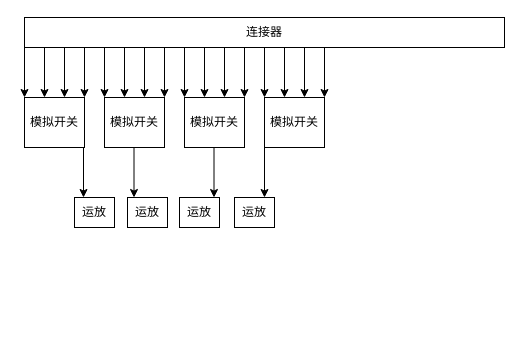
Earlier version of the draw.io diagram src/未命名绘图.drawio (terry-arthur/dst-management-platform-docs). Source tidied: cells renumbered, new cells numbered last; positions are measured from the earlier drawing's top-left corner, leaving out a move shared by most shapes. Both pictures are drawn from the tidied source at 100%, with x=0, y=0 at pixel (24, 17).
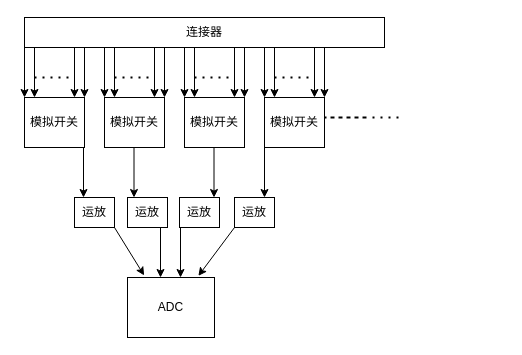
The same page after the edit.

Commit message:
更新未命名绘图.drawio

The change refers to these unchanged cells:
```xml
<mxCell id="13" value="运放" style="rounded=0;whiteSpace=wrap;html=1;" parent="1" vertex="1">
  <mxGeometry x="50" y="180" width="40" height="30" as="geometry" />
</mxCell>
```

Change to the diagram source:
```diff
@@
     <mxCell id="2" value="连接器" style="rounded=0;whiteSpace=wrap;html=1;" parent="1" vertex="1">
-      <mxGeometry width="480" height="30" as="geometry" />
+      <mxGeometry width="360" height="30" as="geometry" />
     </mxCell>
@@
     <mxCell id="4" style="endArrow=classic;html=1;rounded=0;exitX=0;exitY=1;exitDx=0;exitDy=0;" parent="1" edge="1">
       <mxGeometry relative="1" as="geometry">
-        <mxPoint x="20" y="30" as="sourcePoint" />
-        <mxPoint x="20" y="80" as="targetPoint" />
+        <mxPoint x="10" y="30" as="sourcePoint" />
+        <mxPoint x="10" y="80" as="targetPoint" />
       </mxGeometry>
     </mxCell>
     <mxCell id="5" style="endArrow=classic;html=1;rounded=0;exitX=0;exitY=1;exitDx=0;exitDy=0;" parent="1" edge="1">
       <mxGeometry relative="1" as="geometry">
-        <mxPoint x="40" y="30" as="sourcePoint" />
-        <mxPoint x="40" y="80" as="targetPoint" />
+        <mxPoint x="50" y="30" as="sourcePoint" />
+        <mxPoint x="50" y="80" as="targetPoint" />
       </mxGeometry>
     </mxCell>
@@
-    <mxCell id="8" style="endArrow=classic;html=1;rounded=0;exitX=0;exitY=1;exitDx=0;exitDy=0;" parent="1" edge="1">
-      <mxGeometry relative="1" as="geometry">
-        <mxPoint x="80" y="30" as="sourcePoint" />
-        <mxPoint x="80" y="80" as="targetPoint" />
-      </mxGeometry>
-    </mxCell>
-    <mxCell id="9" style="endArrow=classic;html=1;rounded=0;exitX=0;exitY=1;exitDx=0;exitDy=0;" parent="1" edge="1">
-      <mxGeometry relative="1" as="geometry">
-        <mxPoint x="100" y="30" as="sourcePoint" />
-        <mxPoint x="100" y="80" as="targetPoint" />
-      </mxGeometry>
-    </mxCell>
-    <mxCell id="10" style="endArrow=classic;html=1;rounded=0;exitX=0;exitY=1;exitDx=0;exitDy=0;" parent="1" edge="1">
-      <mxGeometry relative="1" as="geometry">
-        <mxPoint x="120" y="30" as="sourcePoint" />
-        <mxPoint x="120" y="80" as="targetPoint" />
-      </mxGeometry>
-    </mxCell>
-    <mxCell id="11" style="endArrow=classic;html=1;rounded=0;exitX=0;exitY=1;exitDx=0;exitDy=0;" parent="1" edge="1">
-      <mxGeometry relative="1" as="geometry">
-        <mxPoint x="140" y="30" as="sourcePoint" />
-        <mxPoint x="140" y="80" as="targetPoint" />
-      </mxGeometry>
-    </mxCell>
@@
-    <mxCell id="17" style="endArrow=classic;html=1;rounded=0;exitX=0;exitY=1;exitDx=0;exitDy=0;" parent="1" edge="1">
-      <mxGeometry relative="1" as="geometry">
-        <mxPoint x="160" y="30" as="sourcePoint" />
-        <mxPoint x="160" y="80" as="targetPoint" />
-      </mxGeometry>
-    </mxCell>
-    <mxCell id="18" style="endArrow=classic;html=1;rounded=0;exitX=0;exitY=1;exitDx=0;exitDy=0;" parent="1" edge="1">
-      <mxGeometry relative="1" as="geometry">
-        <mxPoint x="180" y="30" as="sourcePoint" />
-        <mxPoint x="180" y="80" as="targetPoint" />
-      </mxGeometry>
-    </mxCell>
-    <mxCell id="19" style="endArrow=classic;html=1;rounded=0;exitX=0;exitY=1;exitDx=0;exitDy=0;" parent="1" edge="1">
-      <mxGeometry relative="1" as="geometry">
-        <mxPoint x="200" y="30" as="sourcePoint" />
-        <mxPoint x="200" y="80" as="targetPoint" />
-      </mxGeometry>
-    </mxCell>
-    <mxCell id="20" style="endArrow=classic;html=1;rounded=0;exitX=0;exitY=1;exitDx=0;exitDy=0;" parent="1" edge="1">
-      <mxGeometry relative="1" as="geometry">
-        <mxPoint x="220" y="30" as="sourcePoint" />
-        <mxPoint x="220" y="80" as="targetPoint" />
-      </mxGeometry>
-    </mxCell>
@@
-    <mxCell id="22" style="endArrow=classic;html=1;rounded=0;exitX=0;exitY=1;exitDx=0;exitDy=0;" parent="1" edge="1">
-      <mxGeometry relative="1" as="geometry">
-        <mxPoint x="240" y="30" as="sourcePoint" />
-        <mxPoint x="240" y="80" as="targetPoint" />
-      </mxGeometry>
-    </mxCell>
-    <mxCell id="23" style="endArrow=classic;html=1;rounded=0;exitX=0;exitY=1;exitDx=0;exitDy=0;" parent="1" edge="1">
-      <mxGeometry relative="1" as="geometry">
-        <mxPoint x="260" y="30" as="sourcePoint" />
-        <mxPoint x="260" y="80" as="targetPoint" />
-      </mxGeometry>
-    </mxCell>
-    <mxCell id="24" style="endArrow=classic;html=1;rounded=0;exitX=0;exitY=1;exitDx=0;exitDy=0;" parent="1" edge="1">
-      <mxGeometry relative="1" as="geometry">
-        <mxPoint x="280" y="30" as="sourcePoint" />
-        <mxPoint x="280" y="80" as="targetPoint" />
-      </mxGeometry>
-    </mxCell>
-    <mxCell id="25" style="endArrow=classic;html=1;rounded=0;exitX=0;exitY=1;exitDx=0;exitDy=0;" parent="1" edge="1">
-      <mxGeometry relative="1" as="geometry">
-        <mxPoint x="300" y="30" as="sourcePoint" />
-        <mxPoint x="300" y="80" as="targetPoint" />
-      </mxGeometry>
-    </mxCell>
@@
+    <mxCell id="31" value="ADC" style="rounded=0;whiteSpace=wrap;html=1;" parent="1" vertex="1">
+      <mxGeometry x="103" y="260" width="87" height="60" as="geometry" />
+    </mxCell>
+    <mxCell id="32" style="endArrow=classic;html=1;rounded=0;exitX=1;exitY=1;exitDx=0;exitDy=0;entryX=0.191;entryY=-0.035;entryDx=0;entryDy=0;entryPerimeter=0;" parent="1" edge="1" source="13" target="31">
+      <mxGeometry relative="1" as="geometry" />
+    </mxCell>
+    <mxCell id="33" style="endArrow=classic;html=1;rounded=0;exitX=0;exitY=1;exitDx=0;exitDy=0;" parent="1" edge="1">
+      <mxGeometry relative="1" as="geometry">
+        <mxPoint x="136" y="210" as="sourcePoint" />
+        <mxPoint x="136" y="260" as="targetPoint" />
+      </mxGeometry>
+    </mxCell>
+    <mxCell id="34" style="endArrow=classic;html=1;rounded=0;exitX=0;exitY=1;exitDx=0;exitDy=0;" parent="1" edge="1">
+      <mxGeometry relative="1" as="geometry">
+        <mxPoint x="156" y="210" as="sourcePoint" />
+        <mxPoint x="156" y="260" as="targetPoint" />
+      </mxGeometry>
+    </mxCell>
+    <mxCell id="35" style="endArrow=classic;html=1;rounded=0;exitX=0;exitY=1;exitDx=0;exitDy=0;entryX=0.815;entryY=-0.027;entryDx=0;entryDy=0;entryPerimeter=0;" parent="1" edge="1" target="31">
+      <mxGeometry relative="1" as="geometry">
+        <mxPoint x="210" y="210" as="sourcePoint" />
+      </mxGeometry>
+    </mxCell>
+    <mxCell id="36" style="endArrow=none;dashed=1;html=1;dashPattern=1 3;strokeWidth=2;rounded=0;" parent="1" edge="1">
+      <mxGeometry relative="1" as="geometry">
+        <mxPoint x="10" y="60" as="sourcePoint" />
+        <mxPoint x="50" y="60" as="targetPoint" />
+      </mxGeometry>
+    </mxCell>
+    <mxCell id="37" style="endArrow=classic;html=1;rounded=0;exitX=0;exitY=1;exitDx=0;exitDy=0;" parent="1" edge="1">
+      <mxGeometry relative="1" as="geometry">
+        <mxPoint x="80" y="30" as="sourcePoint" />
+        <mxPoint x="80" y="80" as="targetPoint" />
+      </mxGeometry>
+    </mxCell>
+    <mxCell id="38" style="endArrow=classic;html=1;rounded=0;exitX=0;exitY=1;exitDx=0;exitDy=0;" parent="1" edge="1">
+      <mxGeometry relative="1" as="geometry">
+        <mxPoint x="90" y="30" as="sourcePoint" />
+        <mxPoint x="90" y="80" as="targetPoint" />
+      </mxGeometry>
+    </mxCell>
+    <mxCell id="39" style="endArrow=classic;html=1;rounded=0;exitX=0;exitY=1;exitDx=0;exitDy=0;" parent="1" edge="1">
+      <mxGeometry relative="1" as="geometry">
+        <mxPoint x="130" y="30" as="sourcePoint" />
+        <mxPoint x="130" y="80" as="targetPoint" />
+      </mxGeometry>
+    </mxCell>
+    <mxCell id="40" style="endArrow=classic;html=1;rounded=0;exitX=0;exitY=1;exitDx=0;exitDy=0;" parent="1" edge="1">
+      <mxGeometry relative="1" as="geometry">
+        <mxPoint x="140" y="30" as="sourcePoint" />
+        <mxPoint x="140" y="80" as="targetPoint" />
+      </mxGeometry>
+    </mxCell>
+    <mxCell id="41" style="endArrow=none;dashed=1;html=1;dashPattern=1 3;strokeWidth=2;rounded=0;" parent="1" edge="1">
+      <mxGeometry relative="1" as="geometry">
+        <mxPoint x="90" y="60" as="sourcePoint" />
+        <mxPoint x="130" y="60" as="targetPoint" />
+      </mxGeometry>
+    </mxCell>
+    <mxCell id="42" style="endArrow=classic;html=1;rounded=0;exitX=0;exitY=1;exitDx=0;exitDy=0;" parent="1" edge="1">
+      <mxGeometry relative="1" as="geometry">
+        <mxPoint x="160" y="30" as="sourcePoint" />
+        <mxPoint x="160" y="80" as="targetPoint" />
+      </mxGeometry>
+    </mxCell>
+    <mxCell id="43" style="endArrow=classic;html=1;rounded=0;exitX=0;exitY=1;exitDx=0;exitDy=0;" parent="1" edge="1">
+      <mxGeometry relative="1" as="geometry">
+        <mxPoint x="170" y="30" as="sourcePoint" />
+        <mxPoint x="170" y="80" as="targetPoint" />
+      </mxGeometry>
+    </mxCell>
+    <mxCell id="44" style="endArrow=classic;html=1;rounded=0;exitX=0;exitY=1;exitDx=0;exitDy=0;" parent="1" edge="1">
+      <mxGeometry relative="1" as="geometry">
+        <mxPoint x="210" y="30" as="sourcePoint" />
+        <mxPoint x="210" y="80" as="targetPoint" />
+      </mxGeometry>
+    </mxCell>
+    <mxCell id="45" style="endArrow=classic;html=1;rounded=0;exitX=0;exitY=1;exitDx=0;exitDy=0;" parent="1" edge="1">
+      <mxGeometry relative="1" as="geometry">
+        <mxPoint x="220" y="30" as="sourcePoint" />
+        <mxPoint x="220" y="80" as="targetPoint" />
+      </mxGeometry>
+    </mxCell>
+    <mxCell id="46" style="endArrow=none;dashed=1;html=1;dashPattern=1 3;strokeWidth=2;rounded=0;" parent="1" edge="1">
+      <mxGeometry relative="1" as="geometry">
+        <mxPoint x="170" y="60" as="sourcePoint" />
+        <mxPoint x="210" y="60" as="targetPoint" />
+      </mxGeometry>
+    </mxCell>
+    <mxCell id="47" style="endArrow=classic;html=1;rounded=0;exitX=0;exitY=1;exitDx=0;exitDy=0;" parent="1" edge="1">
+      <mxGeometry relative="1" as="geometry">
+        <mxPoint x="240" y="30" as="sourcePoint" />
+        <mxPoint x="240" y="80" as="targetPoint" />
+      </mxGeometry>
+    </mxCell>
+    <mxCell id="48" style="endArrow=classic;html=1;rounded=0;exitX=0;exitY=1;exitDx=0;exitDy=0;" parent="1" edge="1">
+      <mxGeometry relative="1" as="geometry">
+        <mxPoint x="250" y="30" as="sourcePoint" />
+        <mxPoint x="250" y="80" as="targetPoint" />
+      </mxGeometry>
+    </mxCell>
+    <mxCell id="49" style="endArrow=classic;html=1;rounded=0;exitX=0;exitY=1;exitDx=0;exitDy=0;" parent="1" edge="1">
+      <mxGeometry relative="1" as="geometry">
+        <mxPoint x="290" y="30" as="sourcePoint" />
+        <mxPoint x="290" y="80" as="targetPoint" />
+      </mxGeometry>
+    </mxCell>
+    <mxCell id="50" style="endArrow=classic;html=1;rounded=0;exitX=0;exitY=1;exitDx=0;exitDy=0;" parent="1" edge="1">
+      <mxGeometry relative="1" as="geometry">
+        <mxPoint x="300" y="30" as="sourcePoint" />
+        <mxPoint x="300" y="80" as="targetPoint" />
+      </mxGeometry>
+    </mxCell>
+    <mxCell id="51" style="endArrow=none;dashed=1;html=1;dashPattern=1 3;strokeWidth=2;rounded=0;" parent="1" edge="1">
+      <mxGeometry relative="1" as="geometry">
+        <mxPoint x="250" y="60" as="sourcePoint" />
+        <mxPoint x="290" y="60" as="targetPoint" />
+      </mxGeometry>
+    </mxCell>
+    <mxCell id="52" style="endArrow=none;dashed=1;html=1;dashPattern=1 3;strokeWidth=2;rounded=0;" parent="1" edge="1">
+      <mxGeometry x="0.67" relative="1" as="geometry">
+        <mxPoint x="340" y="100" as="sourcePoint" />
+        <mxPoint x="380" y="100" as="targetPoint" />
+        <Array as="points">
+          <mxPoint x="300" y="100" />
+        </Array>
+      </mxGeometry>
+    </mxCell>
```
